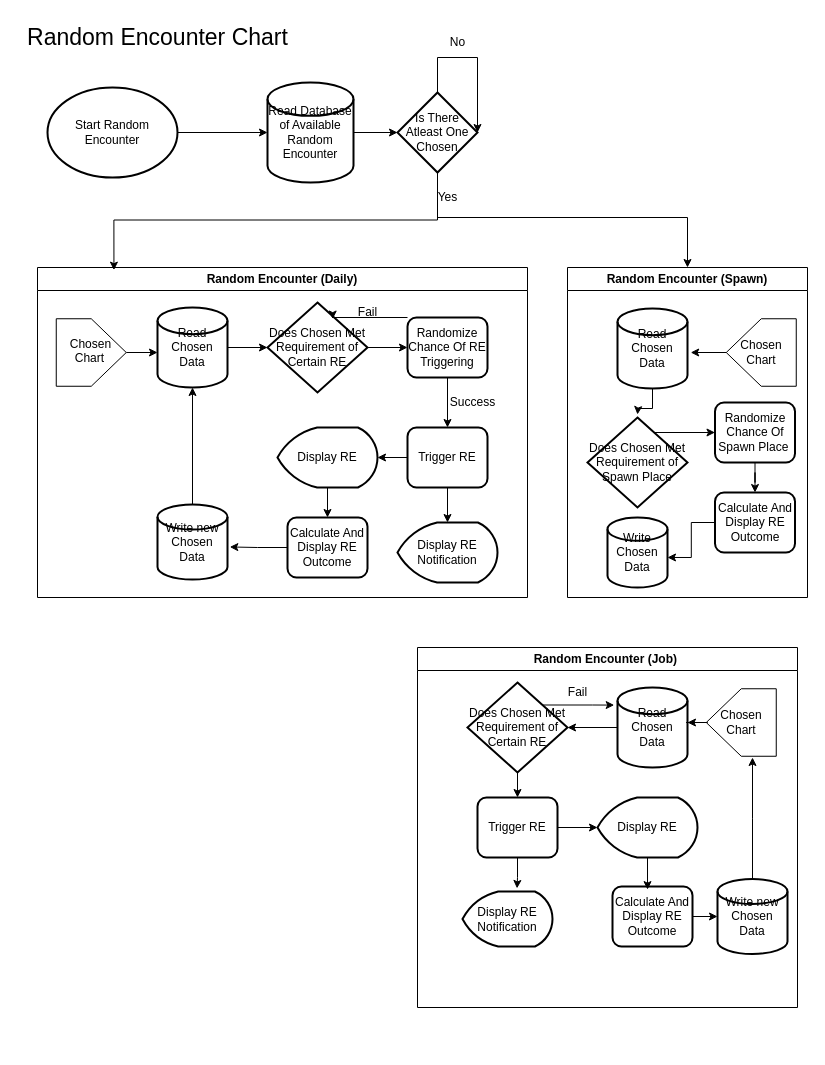
Earlier version of the draw.io diagram Game Design/Flowcharts/RE Chart.drawio (mraihanhadi/project-umbra). Source tidied: cells renumbered, new cells numbered last; positions are measured from the earlier drawing's top-left corner, leaving out a move shared by most shapes. Both pictures are drawn from the tidied source at 100%, with x=0, y=0 at pixel (17, 17).
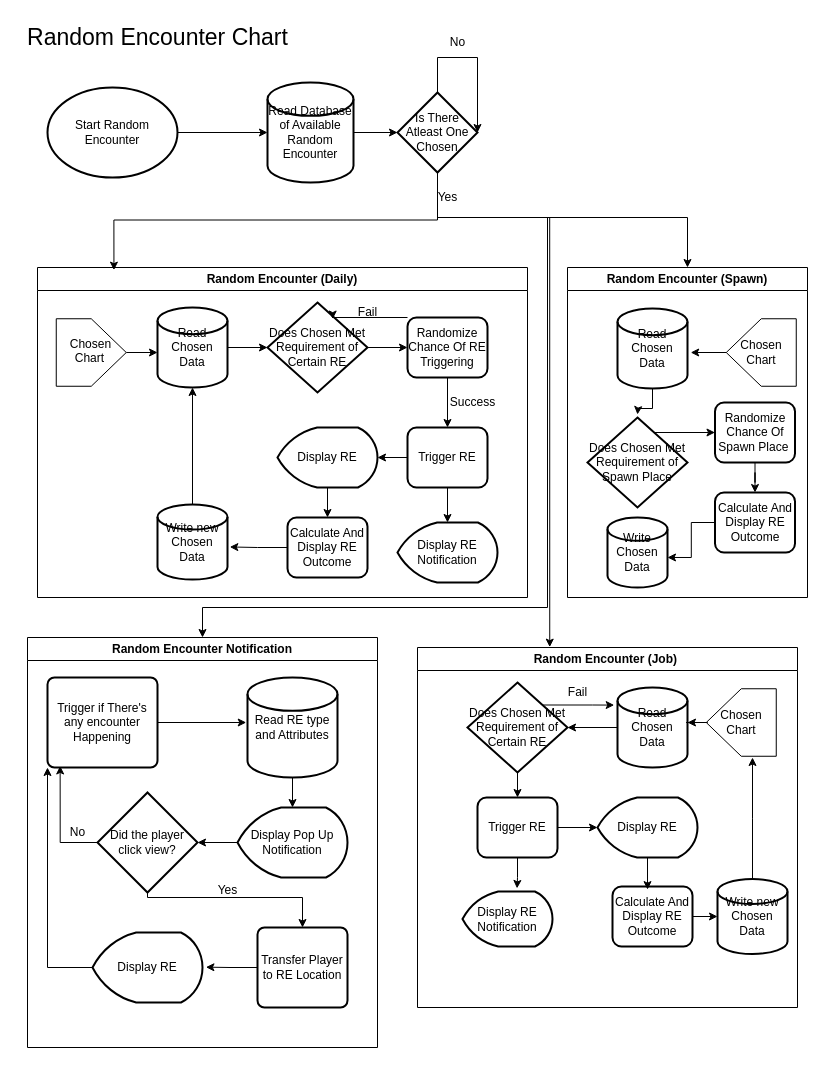
After the change.

The change refers to these unchanged cells:
```xml
<mxCell id="30" value="Is There Atleast One Chosen" style="rhombus;whiteSpace=wrap;html=1;strokeWidth=2;" parent="1" vertex="1">
  <mxGeometry x="380" y="75" width="80" height="80" as="geometry" />
</mxCell>
<mxCell id="47" value="Random Encounter (Job)&amp;nbsp;" style="swimlane;whiteSpace=wrap;html=1;" parent="1" vertex="1">
  <mxGeometry x="400" y="630" width="380" height="360" as="geometry" />
</mxCell>
```

Diff of the diagram source:
```diff
@@
+    <mxCell id="66" style="edgeStyle=orthogonalEdgeStyle;rounded=0;jettySize=auto;html=1;exitX=0.5;exitY=1;exitDx=0;exitDy=0;" parent="1" edge="1" source="30" target="67">
+      <mxGeometry relative="1" as="geometry">
+        <Array as="points">
+          <mxPoint x="420" y="200" />
+          <mxPoint x="530" y="200" />
+          <mxPoint x="530" y="590" />
+          <mxPoint x="185" y="590" />
+        </Array>
+      </mxGeometry>
+    </mxCell>
@@
+    <mxCell id="67" value="Random Encounter Notification" style="swimlane;whiteSpace=wrap;html=1;" parent="1" vertex="1">
+      <mxGeometry x="10" y="620" width="350" height="410" as="geometry" />
+    </mxCell>
+    <mxCell id="68" value="Trigger if There's any encounter Happening" style="rounded=1;whiteSpace=wrap;html=1;absoluteArcSize=1;arcSize=14;strokeWidth=2;" parent="67" vertex="1">
+      <mxGeometry x="20" y="40" width="110" height="90" as="geometry" />
+    </mxCell>
+    <mxCell id="69" value="Read RE type and Attributes" style="strokeWidth=2;html=1;shape=mxgraph.flowchart.database;whiteSpace=wrap;" parent="67" vertex="1">
+      <mxGeometry x="220" y="40" width="90" height="100" as="geometry" />
+    </mxCell>
+    <mxCell id="70" style="edgeStyle=orthogonalEdgeStyle;rounded=0;jettySize=auto;html=1;entryX=-0.014;entryY=0.45;entryDx=0;entryDy=0;entryPerimeter=0;" parent="67" edge="1" source="68" target="69">
+      <mxGeometry relative="1" as="geometry" />
+    </mxCell>
+    <mxCell id="71" value="Display Pop Up Notification" style="strokeWidth=2;html=1;shape=mxgraph.flowchart.display;whiteSpace=wrap;" parent="67" vertex="1">
+      <mxGeometry x="210" y="170" width="110" height="70" as="geometry" />
+    </mxCell>
+    <mxCell id="72" style="edgeStyle=orthogonalEdgeStyle;rounded=0;jettySize=auto;html=1;entryX=0.5;entryY=0;entryDx=0;entryDy=0;entryPerimeter=0;" parent="67" edge="1" source="69" target="71">
+      <mxGeometry relative="1" as="geometry" />
+    </mxCell>
+    <mxCell id="73" style="edgeStyle=orthogonalEdgeStyle;rounded=0;jettySize=auto;html=1;entryX=0.5;entryY=0;entryDx=0;entryDy=0;" parent="67" edge="1" source="74" target="78">
+      <mxGeometry relative="1" as="geometry">
+        <Array as="points">
+          <mxPoint x="120" y="260" />
+          <mxPoint x="275" y="260" />
+        </Array>
+      </mxGeometry>
+    </mxCell>
+    <mxCell id="74" value="Did the player click view?" style="strokeWidth=2;html=1;shape=mxgraph.flowchart.decision;whiteSpace=wrap;" parent="67" vertex="1">
+      <mxGeometry x="70" y="155" width="100" height="100" as="geometry" />
+    </mxCell>
+    <mxCell id="75" style="edgeStyle=orthogonalEdgeStyle;rounded=0;jettySize=auto;html=1;exitX=0;exitY=0.5;exitDx=0;exitDy=0;exitPerimeter=0;entryX=1;entryY=0.5;entryDx=0;entryDy=0;entryPerimeter=0;" parent="67" edge="1" source="71" target="74">
+      <mxGeometry relative="1" as="geometry" />
+    </mxCell>
+    <mxCell id="76" style="edgeStyle=orthogonalEdgeStyle;rounded=0;jettySize=auto;html=1;exitX=0;exitY=0.5;exitDx=0;exitDy=0;exitPerimeter=0;entryX=0.115;entryY=0.983;entryDx=0;entryDy=0;entryPerimeter=0;" parent="67" edge="1" source="74" target="68">
+      <mxGeometry relative="1" as="geometry" />
+    </mxCell>
+    <mxCell id="77" value="No" style="text;html=1;align=center;verticalAlign=middle;strokeColor=none;fillColor=none;" parent="67" vertex="1">
+      <mxGeometry x="30" y="180" width="40" height="30" as="geometry" />
+    </mxCell>
+    <mxCell id="78" value="Transfer Player to RE Location" style="rounded=1;whiteSpace=wrap;html=1;absoluteArcSize=1;arcSize=14;strokeWidth=2;" parent="67" vertex="1">
+      <mxGeometry x="230" y="290" width="90" height="80" as="geometry" />
+    </mxCell>
+    <mxCell id="79" style="edgeStyle=orthogonalEdgeStyle;rounded=0;jettySize=auto;html=1;entryX=0;entryY=1;entryDx=0;entryDy=0;" parent="67" edge="1" source="80" target="68">
+      <mxGeometry relative="1" as="geometry">
+        <Array as="points">
+          <mxPoint x="20" y="330" />
+        </Array>
+      </mxGeometry>
+    </mxCell>
+    <mxCell id="80" value="Display RE" style="strokeWidth=2;html=1;shape=mxgraph.flowchart.display;whiteSpace=wrap;" parent="67" vertex="1">
+      <mxGeometry x="65" y="295" width="110" height="70" as="geometry" />
+    </mxCell>
+    <mxCell id="81" style="edgeStyle=orthogonalEdgeStyle;rounded=0;jettySize=auto;html=1;entryX=1.031;entryY=0.495;entryDx=0;entryDy=0;entryPerimeter=0;" parent="67" edge="1" source="78" target="80">
+      <mxGeometry relative="1" as="geometry" />
+    </mxCell>
+    <mxCell id="82" style="edgeStyle=orthogonalEdgeStyle;rounded=0;jettySize=auto;html=1;exitX=0.5;exitY=1;exitDx=0;exitDy=0;entryX=0.348;entryY=-0.001;entryDx=0;entryDy=0;entryPerimeter=0;" parent="1" edge="1" source="30" target="47">
+      <mxGeometry relative="1" as="geometry">
+        <Array as="points">
+          <mxPoint x="420" y="200" />
+          <mxPoint x="532" y="200" />
+        </Array>
+      </mxGeometry>
+    </mxCell>
+    <mxCell id="83" value="Yes" style="text;html=1;align=center;verticalAlign=middle;strokeColor=none;fillColor=none;" parent="1" vertex="1">
+      <mxGeometry x="190" y="858" width="40" height="30" as="geometry" />
+    </mxCell>
```
